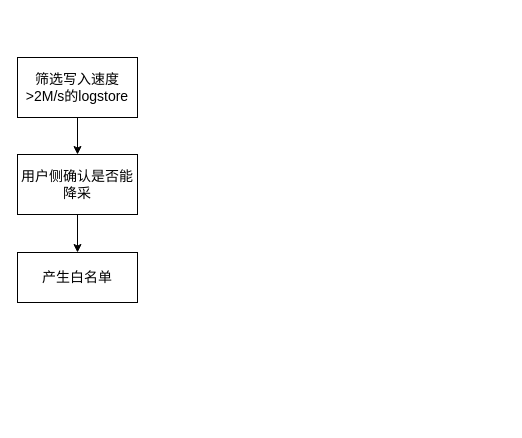
This is page "第 8 页" (7 of 9) of promotion.drawio from WebbingXu/draw, a draw.io file, before an edit. Source tidied: cells renumbered, new cells numbered last; positions are measured from the earlier drawing's top-left corner, leaving out a move shared by most shapes. Both pictures are drawn from the tidied source at 100%, with x=0, y=0 at pixel (17, 57).
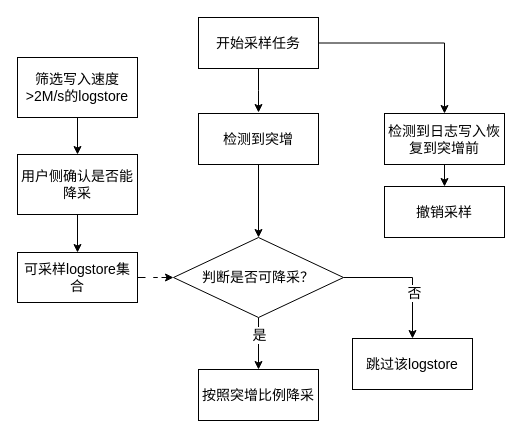
After the change.

The edit, as a diff of the source:
```diff
@@
+    <mxCell id="7" style="edgeStyle=orthogonalEdgeStyle;rounded=0;jettySize=auto;html=1;dashed=1;dashPattern=8 8;" parent="1" edge="1" source="6" target="17">
+      <mxGeometry relative="1" as="geometry" />
+    </mxCell>
-    <mxCell id="6" value="&lt;span style=&quot;font-size: 14px;&quot;&gt;产生白名单&lt;/span&gt;" style="rounded=0;whiteSpace=wrap;html=1;" parent="1" vertex="1">
+    <mxCell id="6" value="&lt;span style=&quot;font-size: 14px;&quot;&gt;可采样logstore集合&lt;/span&gt;" style="rounded=0;whiteSpace=wrap;html=1;" parent="1" vertex="1">
       <mxGeometry y="195" width="120" height="50" as="geometry" />
     </mxCell>
+    <mxCell id="8" style="edgeStyle=orthogonalEdgeStyle;rounded=0;jettySize=auto;html=1;" parent="1" edge="1" source="10">
+      <mxGeometry relative="1" as="geometry">
+        <mxPoint x="241" y="55" as="targetPoint" />
+      </mxGeometry>
+    </mxCell>
+    <mxCell id="9" style="edgeStyle=orthogonalEdgeStyle;rounded=0;jettySize=auto;html=1;entryX=0.5;entryY=0;entryDx=0;entryDy=0;" parent="1" edge="1" source="10" target="21">
+      <mxGeometry relative="1" as="geometry" />
+    </mxCell>
+    <mxCell id="10" value="&lt;font style=&quot;font-size: 14px;&quot;&gt;开始采样任务&lt;/font&gt;" style="rounded=0;whiteSpace=wrap;html=1;" parent="1" vertex="1">
+      <mxGeometry x="181" y="-40" width="120" height="51" as="geometry" />
+    </mxCell>
+    <mxCell id="11" style="edgeStyle=orthogonalEdgeStyle;rounded=0;jettySize=auto;html=1;" parent="1" edge="1" source="12" target="17">
+      <mxGeometry relative="1" as="geometry" />
+    </mxCell>
+    <mxCell id="12" value="&lt;font style=&quot;font-size: 14px;&quot;&gt;检测到突增&lt;/font&gt;" style="rounded=0;whiteSpace=wrap;html=1;" parent="1" vertex="1">
+      <mxGeometry x="181" y="56" width="120" height="51" as="geometry" />
+    </mxCell>
+    <mxCell id="13" style="edgeStyle=orthogonalEdgeStyle;rounded=0;jettySize=auto;html=1;" parent="1" edge="1" source="17" target="18">
+      <mxGeometry relative="1" as="geometry" />
+    </mxCell>
+    <mxCell id="14" value="&lt;font style=&quot;font-size: 14px;&quot;&gt;是&lt;/font&gt;" style="edgeLabel;html=1;align=center;verticalAlign=middle;" parent="13" vertex="1">
+      <mxGeometry x="-0.67" relative="1" as="geometry">
+        <mxPoint y="8" as="offset" />
+      </mxGeometry>
+    </mxCell>
+    <mxCell id="15" style="edgeStyle=orthogonalEdgeStyle;rounded=0;jettySize=auto;html=1;entryX=0.5;entryY=0;entryDx=0;entryDy=0;" parent="1" edge="1" source="17" target="19">
+      <mxGeometry relative="1" as="geometry" />
+    </mxCell>
+    <mxCell id="16" value="&lt;font style=&quot;font-size: 14px;&quot;&gt;否&lt;/font&gt;" style="edgeLabel;html=1;align=center;verticalAlign=middle;" parent="15" vertex="1">
+      <mxGeometry x="0.29" y="1" relative="1" as="geometry" />
+    </mxCell>
+    <mxCell id="17" value="&lt;font style=&quot;font-size: 14px;&quot;&gt;判断是否可降采？&lt;/font&gt;" style="rhombus;whiteSpace=wrap;html=1;" parent="1" vertex="1">
+      <mxGeometry x="156" y="180" width="170" height="80" as="geometry" />
+    </mxCell>
+    <mxCell id="18" value="&lt;span style=&quot;font-size: 14px;&quot;&gt;按照突增比例降采&lt;/span&gt;" style="rounded=0;whiteSpace=wrap;html=1;" parent="1" vertex="1">
+      <mxGeometry x="181" y="312" width="120" height="51" as="geometry" />
+    </mxCell>
+    <mxCell id="19" value="&lt;span style=&quot;font-size: 14px;&quot;&gt;跳过该logstore&lt;/span&gt;" style="rounded=0;whiteSpace=wrap;html=1;" parent="1" vertex="1">
+      <mxGeometry x="335" y="281" width="120" height="51" as="geometry" />
+    </mxCell>
+    <mxCell id="20" style="edgeStyle=orthogonalEdgeStyle;rounded=0;jettySize=auto;html=1;" parent="1" edge="1" source="21" target="22">
+      <mxGeometry relative="1" as="geometry" />
+    </mxCell>
+    <mxCell id="21" value="&lt;span style=&quot;font-size: 14px;&quot;&gt;检测到日志写入恢复到突增前&lt;/span&gt;" style="rounded=0;whiteSpace=wrap;html=1;" parent="1" vertex="1">
+      <mxGeometry x="367" y="56" width="120" height="51" as="geometry" />
+    </mxCell>
+    <mxCell id="22" value="&lt;span style=&quot;font-size: 14px;&quot;&gt;撤销采样&lt;/span&gt;" style="rounded=0;whiteSpace=wrap;html=1;" parent="1" vertex="1">
+      <mxGeometry x="367" y="129" width="120" height="51" as="geometry" />
+    </mxCell>
```
